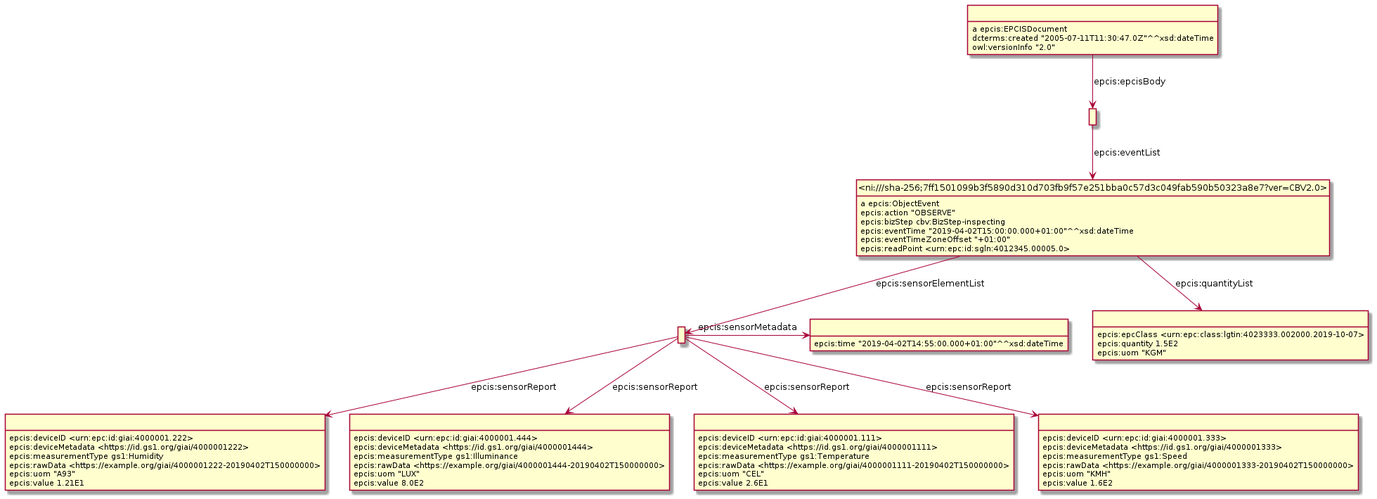
Earlier version of the PlantUML export Diagrams/WithSensorData/SensorDataExample4.png (gs1/EPCIS). Source of this version:
```plantuml
@startuml
hide empty methods
hide empty attributes
hide circle
skinparam classAttributeIconSize 0
class _r1631889723r7_ as " "
_r1631889723r7_ : epcis:deviceID <urn:epc:id:giai:4000001.222>
_r1631889723r7_ : epcis:deviceMetadata <https://id.gs1.org/giai/4000001222>
_r1631889723r7_ : epcis:measurementType gs1:Humidity
_r1631889723r7_ : epcis:rawData <https://example.org/giai/4000001222-20190402T150000000>
_r1631889723r7_ : epcis:uom "A93"
_r1631889723r7_ : epcis:value 1.21E1
class _r1631889723r3_ as " "
class _r1631889723r5_ as " "
_r1631889723r3_ -down-> _r1631889723r5_ : epcis:sensorReport
class _r1631889723r8_ as " "
_r1631889723r3_ -down-> _r1631889723r8_ : epcis:sensorReport
class _r1631889723r4_ as " "
_r1631889723r3_ -right-> _r1631889723r4_ : epcis:sensorMetadata
class _r1631889723r6_ as " "
_r1631889723r3_ -down-> _r1631889723r6_ : epcis:sensorReport
_r1631889723r3_ -down-> _r1631889723r7_ : epcis:sensorReport
_r1631889723r6_ : epcis:deviceID <urn:epc:id:giai:4000001.333>
_r1631889723r6_ : epcis:deviceMetadata <https://id.gs1.org/giai/4000001333>
_r1631889723r6_ : epcis:measurementType gs1:Speed
_r1631889723r6_ : epcis:rawData <https://example.org/giai/4000001333-20190402T150000000>
_r1631889723r6_ : epcis:uom "KMH"
_r1631889723r6_ : epcis:value 1.6E2
class _ni_sha_256_7ff1501099b3f5890d310d703fb9f57e251bba0c57d3c049fab590b50323a8e7_ver_CBV2_0_ as "<ni:///sha-256;7ff1501099b3f5890d310d703fb9f57e251bba0c57d3c049fab590b50323a8e7?ver=CBV2.0>"
_ni_sha_256_7ff1501099b3f5890d310d703fb9f57e251bba0c57d3c049fab590b50323a8e7_ver_CBV2_0_ : a epcis:ObjectEvent
_ni_sha_256_7ff1501099b3f5890d310d703fb9f57e251bba0c57d3c049fab590b50323a8e7_ver_CBV2_0_ -down-> _r1631889723r3_ : epcis:sensorElementList
class _r1631889723r2_ as " "
_ni_sha_256_7ff1501099b3f5890d310d703fb9f57e251bba0c57d3c049fab590b50323a8e7_ver_CBV2_0_ -down-> _r1631889723r2_ : epcis:quantityList
_ni_sha_256_7ff1501099b3f5890d310d703fb9f57e251bba0c57d3c049fab590b50323a8e7_ver_CBV2_0_ : epcis:action "OBSERVE"
_ni_sha_256_7ff1501099b3f5890d310d703fb9f57e251bba0c57d3c049fab590b50323a8e7_ver_CBV2_0_ : epcis:bizStep cbv:BizStep-inspecting
_ni_sha_256_7ff1501099b3f5890d310d703fb9f57e251bba0c57d3c049fab590b50323a8e7_ver_CBV2_0_ : epcis:eventTime "2019-04-02T15:00:00.000+01:00"^^xsd:dateTime
_ni_sha_256_7ff1501099b3f5890d310d703fb9f57e251bba0c57d3c049fab590b50323a8e7_ver_CBV2_0_ : epcis:eventTimeZoneOffset "+01:00"
_ni_sha_256_7ff1501099b3f5890d310d703fb9f57e251bba0c57d3c049fab590b50323a8e7_ver_CBV2_0_ : epcis:readPoint <urn:epc:id:sgln:4012345.00005.0>
_r1631889723r2_ : epcis:epcClass <urn:epc:class:lgtin:4023333.002000.2019-10-07>
_r1631889723r2_ : epcis:quantity 1.5E2
_r1631889723r2_ : epcis:uom "KGM"
_r1631889723r4_ : epcis:time "2019-04-02T14:55:00.000+01:00"^^xsd:dateTime
_r1631889723r8_ : epcis:deviceID <urn:epc:id:giai:4000001.111>
_r1631889723r8_ : epcis:deviceMetadata <https://id.gs1.org/giai/4000001111>
_r1631889723r8_ : epcis:measurementType gs1:Temperature
_r1631889723r8_ : epcis:rawData <https://example.org/giai/4000001111-20190402T150000000>
_r1631889723r8_ : epcis:uom "CEL"
_r1631889723r8_ : epcis:value 2.6E1
_r1631889723r5_ : epcis:deviceID <urn:epc:id:giai:4000001.444>
_r1631889723r5_ : epcis:deviceMetadata <https://id.gs1.org/giai/4000001444>
_r1631889723r5_ : epcis:measurementType gs1:Illuminance
_r1631889723r5_ : epcis:rawData <https://example.org/giai/4000001444-20190402T150000000>
_r1631889723r5_ : epcis:uom "LUX"
_r1631889723r5_ : epcis:value 8.0E2
class _r1631889723r1_ as " "
_r1631889723r1_ -down-> _ni_sha_256_7ff1501099b3f5890d310d703fb9f57e251bba0c57d3c049fab590b50323a8e7_ver_CBV2_0_ : epcis:eventList
class _r1631889723r0_ as " "
_r1631889723r0_ : a epcis:EPCISDocument
_r1631889723r0_ -down-> _r1631889723r1_ : epcis:epcisBody
_r1631889723r0_ : dcterms:created "2005-07-11T11:30:47.0Z"^^xsd:dateTime
_r1631889723r0_ : owl:versionInfo "2.0"
@enduml
```
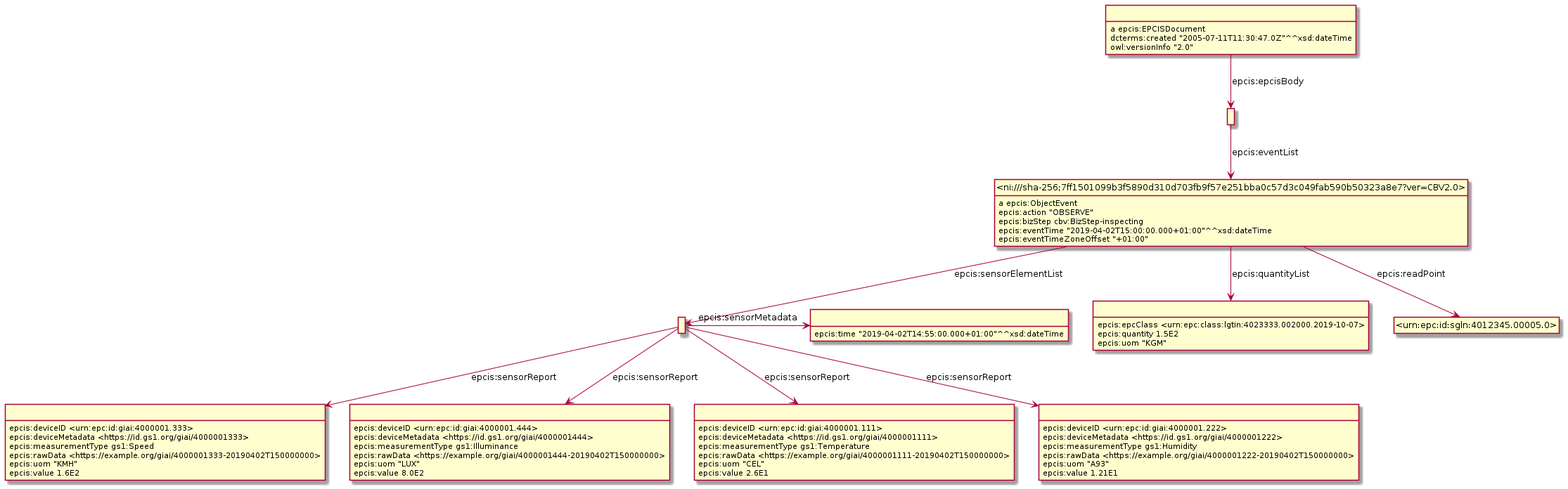
The same diagram one commit later.

Diff of the diagram source:
```diff
@@ -3,60 +3,61 @@
 hide empty attributes
 hide circle
 skinparam classAttributeIconSize 0
-class _r1631889723r7_ as " "
-_r1631889723r7_ : epcis:deviceID <urn:epc:id:giai:4000001.222>
-_r1631889723r7_ : epcis:deviceMetadata <https://id.gs1.org/giai/4000001222>
-_r1631889723r7_ : epcis:measurementType gs1:Humidity
-_r1631889723r7_ : epcis:rawData <https://example.org/giai/4000001222-20190402T150000000>
-_r1631889723r7_ : epcis:uom "A93"
-_r1631889723r7_ : epcis:value 1.21E1
-class _r1631889723r3_ as " "
-class _r1631889723r5_ as " "
-_r1631889723r3_ -down-> _r1631889723r5_ : epcis:sensorReport
-class _r1631889723r8_ as " "
-_r1631889723r3_ -down-> _r1631889723r8_ : epcis:sensorReport
-class _r1631889723r4_ as " "
-_r1631889723r3_ -right-> _r1631889723r4_ : epcis:sensorMetadata
-class _r1631889723r6_ as " "
-_r1631889723r3_ -down-> _r1631889723r6_ : epcis:sensorReport
-_r1631889723r3_ -down-> _r1631889723r7_ : epcis:sensorReport
-_r1631889723r6_ : epcis:deviceID <urn:epc:id:giai:4000001.333>
-_r1631889723r6_ : epcis:deviceMetadata <https://id.gs1.org/giai/4000001333>
-_r1631889723r6_ : epcis:measurementType gs1:Speed
-_r1631889723r6_ : epcis:rawData <https://example.org/giai/4000001333-20190402T150000000>
-_r1631889723r6_ : epcis:uom "KMH"
-_r1631889723r6_ : epcis:value 1.6E2
+class _r1632232173r2_ as " "
+_r1632232173r2_ : epcis:epcClass <urn:epc:class:lgtin:4023333.002000.2019-10-07>
+_r1632232173r2_ : epcis:quantity 1.5E2
+_r1632232173r2_ : epcis:uom "KGM"
+class _r1632232173r6_ as " "
+_r1632232173r6_ : epcis:deviceID <urn:epc:id:giai:4000001.333>
+_r1632232173r6_ : epcis:deviceMetadata <https://id.gs1.org/giai/4000001333>
+_r1632232173r6_ : epcis:measurementType gs1:Speed
+_r1632232173r6_ : epcis:rawData <https://example.org/giai/4000001333-20190402T150000000>
+_r1632232173r6_ : epcis:uom "KMH"
+_r1632232173r6_ : epcis:value 1.6E2
+class _r1632232173r5_ as " "
+_r1632232173r5_ : epcis:deviceID <urn:epc:id:giai:4000001.444>
+_r1632232173r5_ : epcis:deviceMetadata <https://id.gs1.org/giai/4000001444>
+_r1632232173r5_ : epcis:measurementType gs1:Illuminance
+_r1632232173r5_ : epcis:rawData <https://example.org/giai/4000001444-20190402T150000000>
+_r1632232173r5_ : epcis:uom "LUX"
+_r1632232173r5_ : epcis:value 8.0E2
+class _r1632232173r0_ as " "
+_r1632232173r0_ : a epcis:EPCISDocument
+class _r1632232173r1_ as " "
+_r1632232173r0_ -down-> _r1632232173r1_ : epcis:epcisBody
+_r1632232173r0_ : dcterms:created "2005-07-11T11:30:47.0Z"^^xsd:dateTime
+_r1632232173r0_ : owl:versionInfo "2.0"
 class _ni_sha_256_7ff1501099b3f5890d310d703fb9f57e251bba0c57d3c049fab590b50323a8e7_ver_CBV2_0_ as "<ni:///sha-256;7ff1501099b3f5890d310d703fb9f57e251bba0c57d3c049fab590b50323a8e7?ver=CBV2.0>"
 _ni_sha_256_7ff1501099b3f5890d310d703fb9f57e251bba0c57d3c049fab590b50323a8e7_ver_CBV2_0_ : a epcis:ObjectEvent
-_ni_sha_256_7ff1501099b3f5890d310d703fb9f57e251bba0c57d3c049fab590b50323a8e7_ver_CBV2_0_ -down-> _r1631889723r3_ : epcis:sensorElementList
-class _r1631889723r2_ as " "
-_ni_sha_256_7ff1501099b3f5890d310d703fb9f57e251bba0c57d3c049fab590b50323a8e7_ver_CBV2_0_ -down-> _r1631889723r2_ : epcis:quantityList
+class _urn_epc_id_sgln_4012345_00005_0_ as "<urn:epc:id:sgln:4012345.00005.0>"
+_ni_sha_256_7ff1501099b3f5890d310d703fb9f57e251bba0c57d3c049fab590b50323a8e7_ver_CBV2_0_ -down-> _urn_epc_id_sgln_4012345_00005_0_ : epcis:readPoint
+_ni_sha_256_7ff1501099b3f5890d310d703fb9f57e251bba0c57d3c049fab590b50323a8e7_ver_CBV2_0_ -down-> _r1632232173r2_ : epcis:quantityList
+class _r1632232173r3_ as " "
+_ni_sha_256_7ff1501099b3f5890d310d703fb9f57e251bba0c57d3c049fab590b50323a8e7_ver_CBV2_0_ -down-> _r1632232173r3_ : epcis:sensorElementList
 _ni_sha_256_7ff1501099b3f5890d310d703fb9f57e251bba0c57d3c049fab590b50323a8e7_ver_CBV2_0_ : epcis:action "OBSERVE"
 _ni_sha_256_7ff1501099b3f5890d310d703fb9f57e251bba0c57d3c049fab590b50323a8e7_ver_CBV2_0_ : epcis:bizStep cbv:BizStep-inspecting
 _ni_sha_256_7ff1501099b3f5890d310d703fb9f57e251bba0c57d3c049fab590b50323a8e7_ver_CBV2_0_ : epcis:eventTime "2019-04-02T15:00:00.000+01:00"^^xsd:dateTime
 _ni_sha_256_7ff1501099b3f5890d310d703fb9f57e251bba0c57d3c049fab590b50323a8e7_ver_CBV2_0_ : epcis:eventTimeZoneOffset "+01:00"
-_ni_sha_256_7ff1501099b3f5890d310d703fb9f57e251bba0c57d3c049fab590b50323a8e7_ver_CBV2_0_ : epcis:readPoint <urn:epc:id:sgln:4012345.00005.0>
-_r1631889723r2_ : epcis:epcClass <urn:epc:class:lgtin:4023333.002000.2019-10-07>
-_r1631889723r2_ : epcis:quantity 1.5E2
-_r1631889723r2_ : epcis:uom "KGM"
-_r1631889723r4_ : epcis:time "2019-04-02T14:55:00.000+01:00"^^xsd:dateTime
-_r1631889723r8_ : epcis:deviceID <urn:epc:id:giai:4000001.111>
-_r1631889723r8_ : epcis:deviceMetadata <https://id.gs1.org/giai/4000001111>
-_r1631889723r8_ : epcis:measurementType gs1:Temperature
-_r1631889723r8_ : epcis:rawData <https://example.org/giai/4000001111-20190402T150000000>
-_r1631889723r8_ : epcis:uom "CEL"
-_r1631889723r8_ : epcis:value 2.6E1
-_r1631889723r5_ : epcis:deviceID <urn:epc:id:giai:4000001.444>
-_r1631889723r5_ : epcis:deviceMetadata <https://id.gs1.org/giai/4000001444>
-_r1631889723r5_ : epcis:measurementType gs1:Illuminance
-_r1631889723r5_ : epcis:rawData <https://example.org/giai/4000001444-20190402T150000000>
-_r1631889723r5_ : epcis:uom "LUX"
-_r1631889723r5_ : epcis:value 8.0E2
-class _r1631889723r1_ as " "
-_r1631889723r1_ -down-> _ni_sha_256_7ff1501099b3f5890d310d703fb9f57e251bba0c57d3c049fab590b50323a8e7_ver_CBV2_0_ : epcis:eventList
-class _r1631889723r0_ as " "
-_r1631889723r0_ : a epcis:EPCISDocument
-_r1631889723r0_ -down-> _r1631889723r1_ : epcis:epcisBody
-_r1631889723r0_ : dcterms:created "2005-07-11T11:30:47.0Z"^^xsd:dateTime
-_r1631889723r0_ : owl:versionInfo "2.0"
+class _r1632232173r8_ as " "
+_r1632232173r8_ : epcis:deviceID <urn:epc:id:giai:4000001.111>
+_r1632232173r8_ : epcis:deviceMetadata <https://id.gs1.org/giai/4000001111>
+_r1632232173r8_ : epcis:measurementType gs1:Temperature
+_r1632232173r8_ : epcis:rawData <https://example.org/giai/4000001111-20190402T150000000>
+_r1632232173r8_ : epcis:uom "CEL"
+_r1632232173r8_ : epcis:value 2.6E1
+class _r1632232173r4_ as " "
+_r1632232173r3_ -right-> _r1632232173r4_ : epcis:sensorMetadata
+_r1632232173r3_ -down-> _r1632232173r8_ : epcis:sensorReport
+class _r1632232173r7_ as " "
+_r1632232173r3_ -down-> _r1632232173r7_ : epcis:sensorReport
+_r1632232173r3_ -down-> _r1632232173r6_ : epcis:sensorReport
+_r1632232173r3_ -down-> _r1632232173r5_ : epcis:sensorReport
+_r1632232173r4_ : epcis:time "2019-04-02T14:55:00.000+01:00"^^xsd:dateTime
+_r1632232173r7_ : epcis:deviceID <urn:epc:id:giai:4000001.222>
+_r1632232173r7_ : epcis:deviceMetadata <https://id.gs1.org/giai/4000001222>
+_r1632232173r7_ : epcis:measurementType gs1:Humidity
+_r1632232173r7_ : epcis:rawData <https://example.org/giai/4000001222-20190402T150000000>
+_r1632232173r7_ : epcis:uom "A93"
+_r1632232173r7_ : epcis:value 1.21E1
+_r1632232173r1_ -down-> _ni_sha_256_7ff1501099b3f5890d310d703fb9f57e251bba0c57d3c049fab590b50323a8e7_ver_CBV2_0_ : epcis:eventList
 @enduml
```
